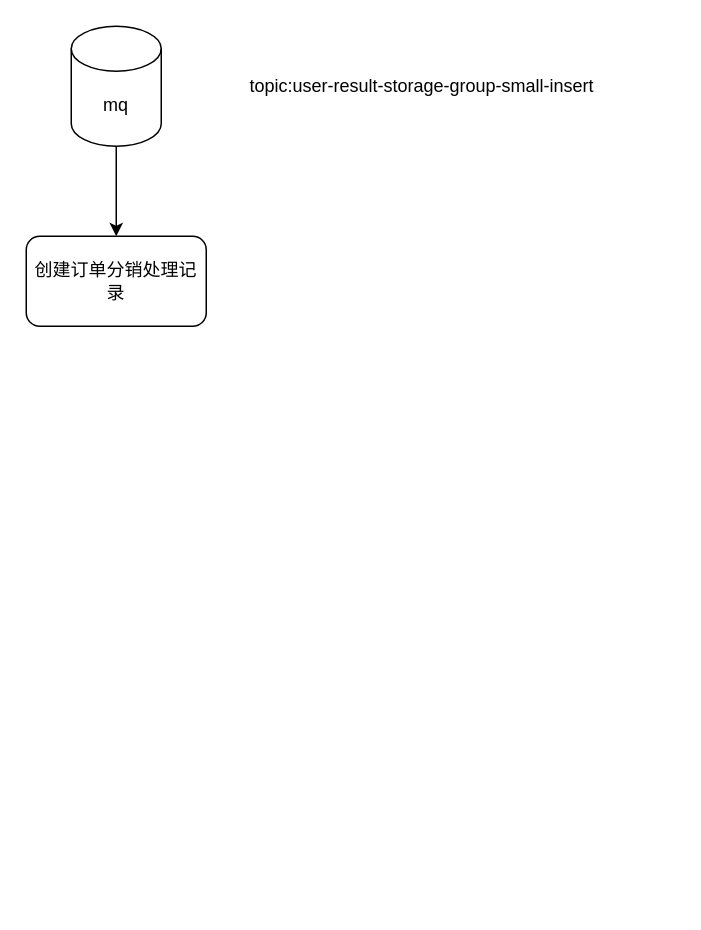
Before: miyuan/订单分佣.drawio in smallleaf/draw.io, a draw.io diagram. Source tidied: cells renumbered, new cells numbered last; positions are measured from the earlier drawing's top-left corner, leaving out a move shared by most shapes. Both pictures are drawn from the tidied source at 150%, with x=0, y=0 at pixel (26, 26).
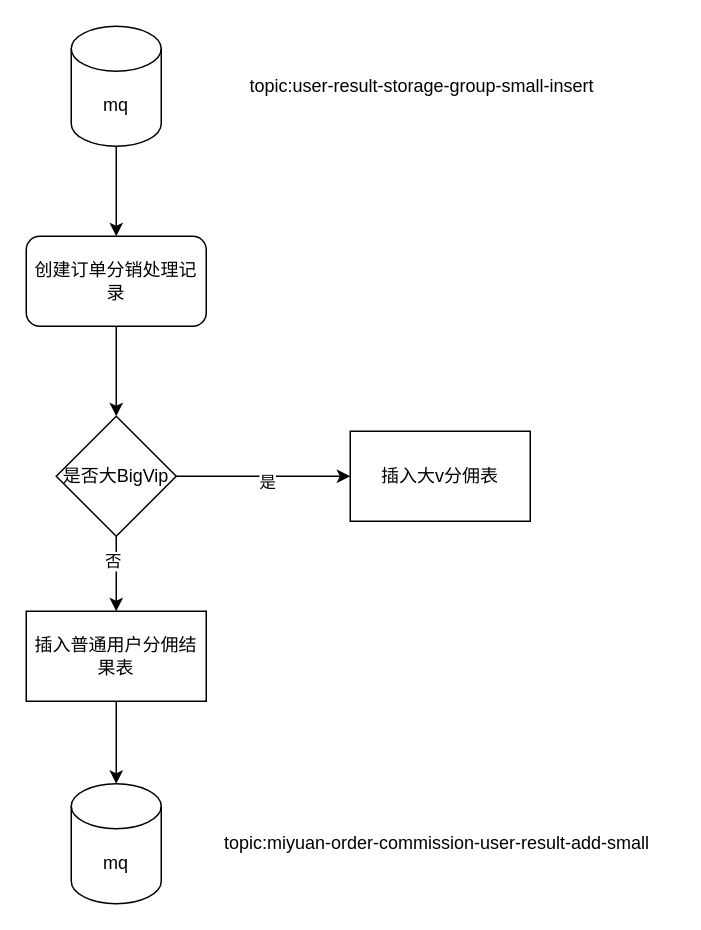
The same page after the edit.

Commit message (it also covers changes not shown here):
更新订单分佣.drawio

The edit, as a diff of the source:
```diff
@@
 <mxGraphModel>
   <root>
     <mxCell id="0" />
     <mxCell id="1" parent="0" />
     <mxCell id="2" style="edgeStyle=orthogonalEdgeStyle;rounded=0;jettySize=auto;html=1;exitX=0.5;exitY=1;exitDx=0;exitDy=0;exitPerimeter=0;entryX=0.5;entryY=0;entryDx=0;entryDy=0;" parent="1" edge="1" source="3" target="5">
       <mxGeometry relative="1" as="geometry" />
     </mxCell>
     <mxCell id="3" value="mq" style="shape=cylinder3;whiteSpace=wrap;html=1;boundedLbl=1;backgroundOutline=1;size=15;" parent="1" vertex="1">
       <mxGeometry x="30" width="60" height="80" as="geometry" />
     </mxCell>
     <mxCell id="4" value="topic:user-result-storage-group-small-insert" style="text;html=1;align=center;verticalAlign=middle;whiteSpace=wrap;rounded=0;" parent="1" vertex="1">
       <mxGeometry x="106" y="30" width="316" height="20" as="geometry" />
     </mxCell>
+    <mxCell id="6" style="edgeStyle=orthogonalEdgeStyle;rounded=0;jettySize=auto;html=1;exitX=0.5;exitY=1;exitDx=0;exitDy=0;entryX=0.5;entryY=0;entryDx=0;entryDy=0;" parent="1" edge="1" source="5" target="11">
+      <mxGeometry relative="1" as="geometry" />
+    </mxCell>
     <mxCell id="5" value="创建订单分销处理记录" style="rounded=1;whiteSpace=wrap;html=1;" parent="1" vertex="1">
       <mxGeometry y="140" width="120" height="60" as="geometry" />
     </mxCell>
+    <mxCell id="7" style="edgeStyle=orthogonalEdgeStyle;rounded=0;jettySize=auto;html=1;" parent="1" edge="1" source="11" target="12">
+      <mxGeometry relative="1" as="geometry" />
+    </mxCell>
+    <mxCell id="8" value="否" style="edgeLabel;html=1;align=center;verticalAlign=middle;" parent="7" vertex="1">
+      <mxGeometry x="-0.36" y="-3" relative="1" as="geometry" />
+    </mxCell>
+    <mxCell id="9" style="edgeStyle=orthogonalEdgeStyle;rounded=0;jettySize=auto;html=1;exitX=1;exitY=0.5;exitDx=0;exitDy=0;entryX=0;entryY=0.5;entryDx=0;entryDy=0;" parent="1" edge="1" source="11" target="16">
+      <mxGeometry relative="1" as="geometry" />
+    </mxCell>
+    <mxCell id="10" value="是" style="edgeLabel;html=1;align=center;verticalAlign=middle;" parent="9" vertex="1">
+      <mxGeometry x="0.03" y="-3" relative="1" as="geometry" />
+    </mxCell>
+    <mxCell id="11" value="是否大BigVip" style="rhombus;whiteSpace=wrap;html=1;" parent="1" vertex="1">
+      <mxGeometry x="20" y="260" width="80" height="80" as="geometry" />
+    </mxCell>
+    <mxCell id="12" value="插入普通用户分佣结果表" style="whiteSpace=wrap;html=1;" parent="1" vertex="1">
+      <mxGeometry y="390" width="120" height="60" as="geometry" />
+    </mxCell>
+    <mxCell id="13" value="mq" style="shape=cylinder3;whiteSpace=wrap;html=1;boundedLbl=1;backgroundOutline=1;size=15;" parent="1" vertex="1">
+      <mxGeometry x="30" y="505" width="60" height="80" as="geometry" />
+    </mxCell>
+    <mxCell id="14" style="edgeStyle=orthogonalEdgeStyle;rounded=0;jettySize=auto;html=1;exitX=0.5;exitY=1;exitDx=0;exitDy=0;entryX=0.5;entryY=0;entryDx=0;entryDy=0;entryPerimeter=0;" parent="1" edge="1" source="12" target="13">
+      <mxGeometry relative="1" as="geometry" />
+    </mxCell>
+    <mxCell id="15" value="topic:miyuan-order-commission-user-result-add-small" style="text;html=1;align=center;verticalAlign=middle;whiteSpace=wrap;rounded=0;" parent="1" vertex="1">
+      <mxGeometry x="116" y="535" width="316" height="20" as="geometry" />
+    </mxCell>
+    <mxCell id="16" value="插入大v分佣表" style="rounded=0;whiteSpace=wrap;html=1;" parent="1" vertex="1">
+      <mxGeometry x="216" y="270" width="120" height="60" as="geometry" />
+    </mxCell>
   </root>
 </mxGraphModel>
```
